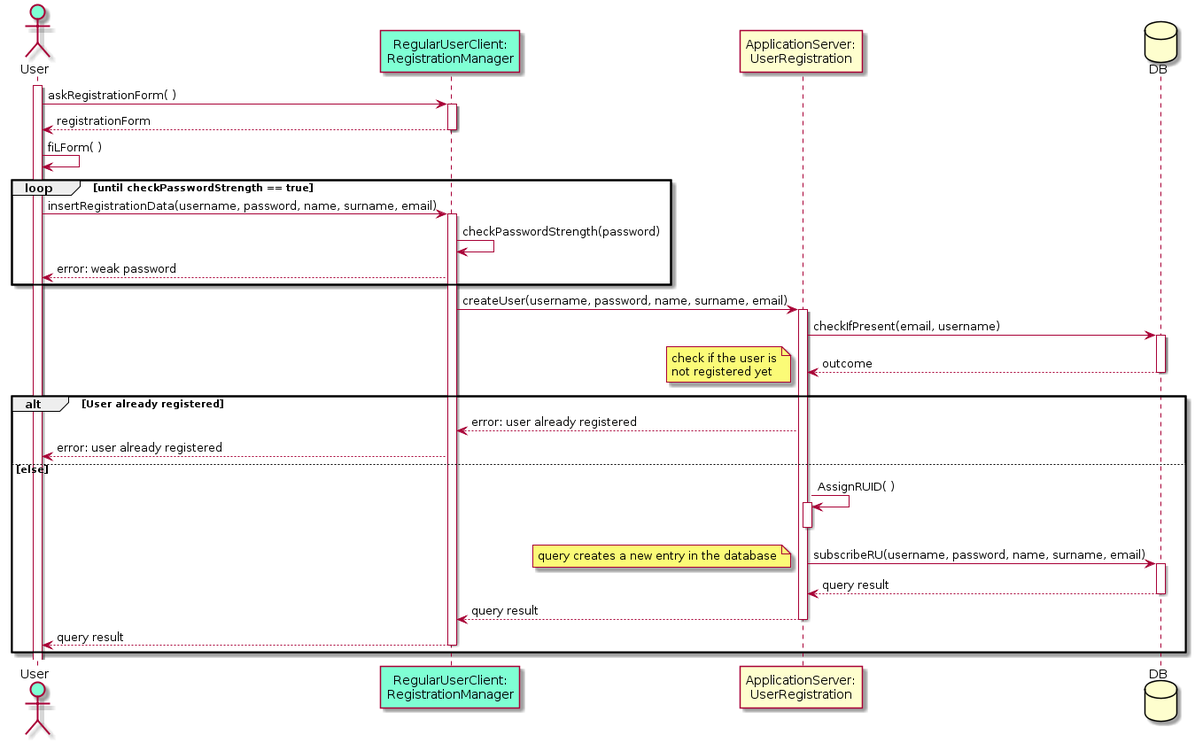
The PlantUML diagram DD/Images/seqDiag_userReg.png in fafrullo2/PanzeriPeruginiPipita, before a commit.
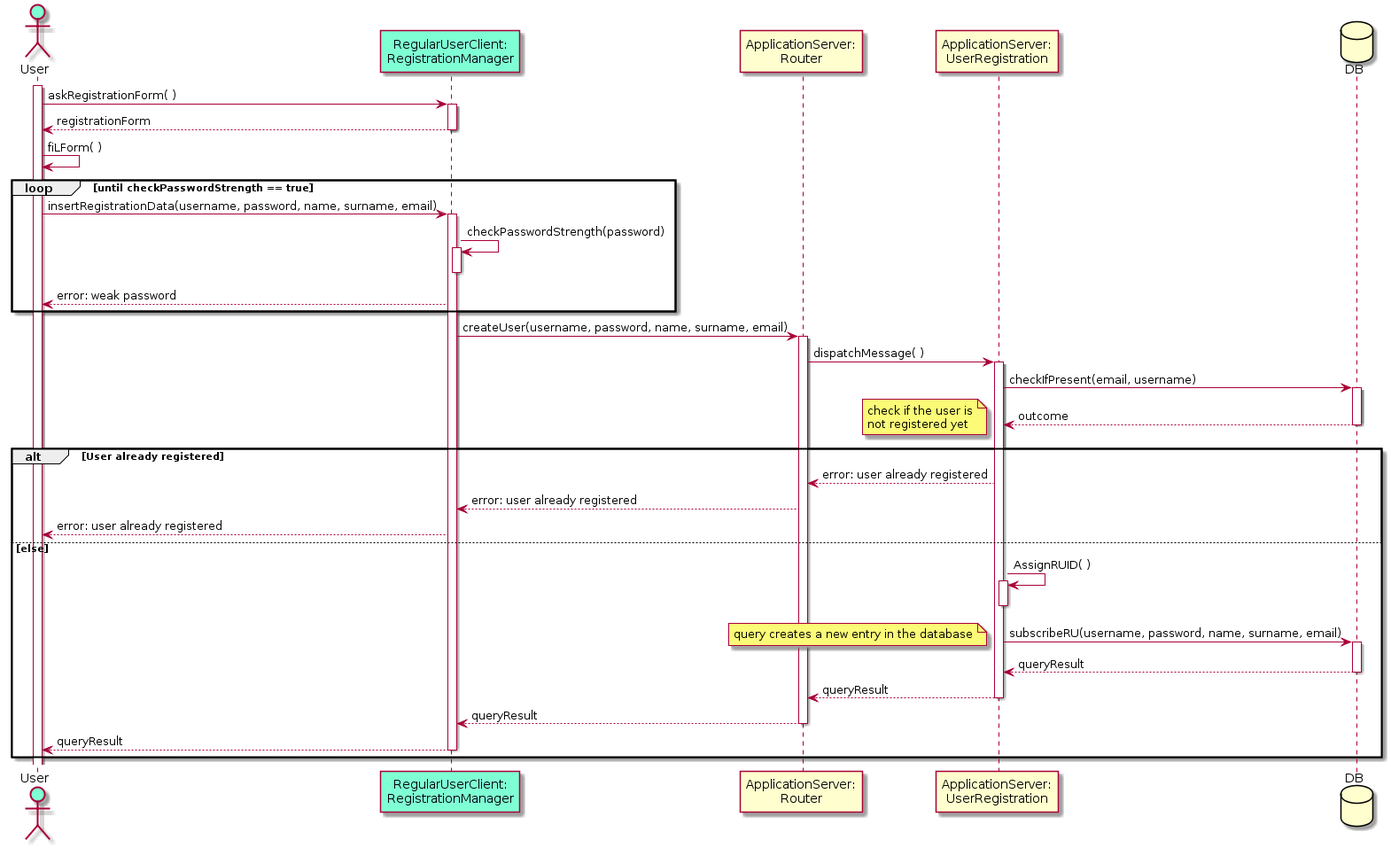
The same diagram one commit later.

Commit message:
Fixed router behaviour in sequence diagrams, minor fixes

What changed in the source:
```diff
@@ -1,8 +1,9 @@
 @startuml
 actor User order 10 #Aquamarine
 participant Client as "RegularUserClient:\nRegistrationManager" order 20 #Aquamarine
-participant Server as "ApplicationServer:\nUserRegistration" order 30
-database DB order 30
+participant Router as "ApplicationServer:\nRouter" order 30
+participant Server as "ApplicationServer:\nUserRegistration" order 40
+database DB order 50
 
 activate User
 User -> Client : askRegistrationForm( )
@@ -12,17 +13,22 @@
 
 User -> User: fiLForm( )
 
-
-
 loop until checkPasswordStrength == true
     User -> Client  : insertRegistrationData(username, password, name, surname, email)
     activate Client
+
     Client  -> Client : checkPasswordStrength(password)
+	activate Client
+	deactivate Client
+
     User <-- Client : error: weak password
 
 end
 
-Client  -> Server : createUser(username, password, name, surname, email)
+Client  -> Router : createUser(username, password, name, surname, email)
+activate Router
+
+Router -> Server : dispatchMessage( )
 activate Server
 
 Server  -> DB: checkIfPresent(email, username)
@@ -35,7 +41,8 @@
 end note
 
 alt User already registered
-	Client  <-- Server : error: user already registered
+	Router  <-- Server : error: user already registered
+	Client <-- Router : error: user already registered
     User <-- Client : error: user already registered
 
 else  else
@@ -48,9 +55,9 @@
 
         note left: query creates a new entry in the database
 
-	return query result
-
-	return query result
-	return query result
+	return queryResult
+	return queryResult
+	return queryResult
+	return queryResult
 end
 @enduml
```
